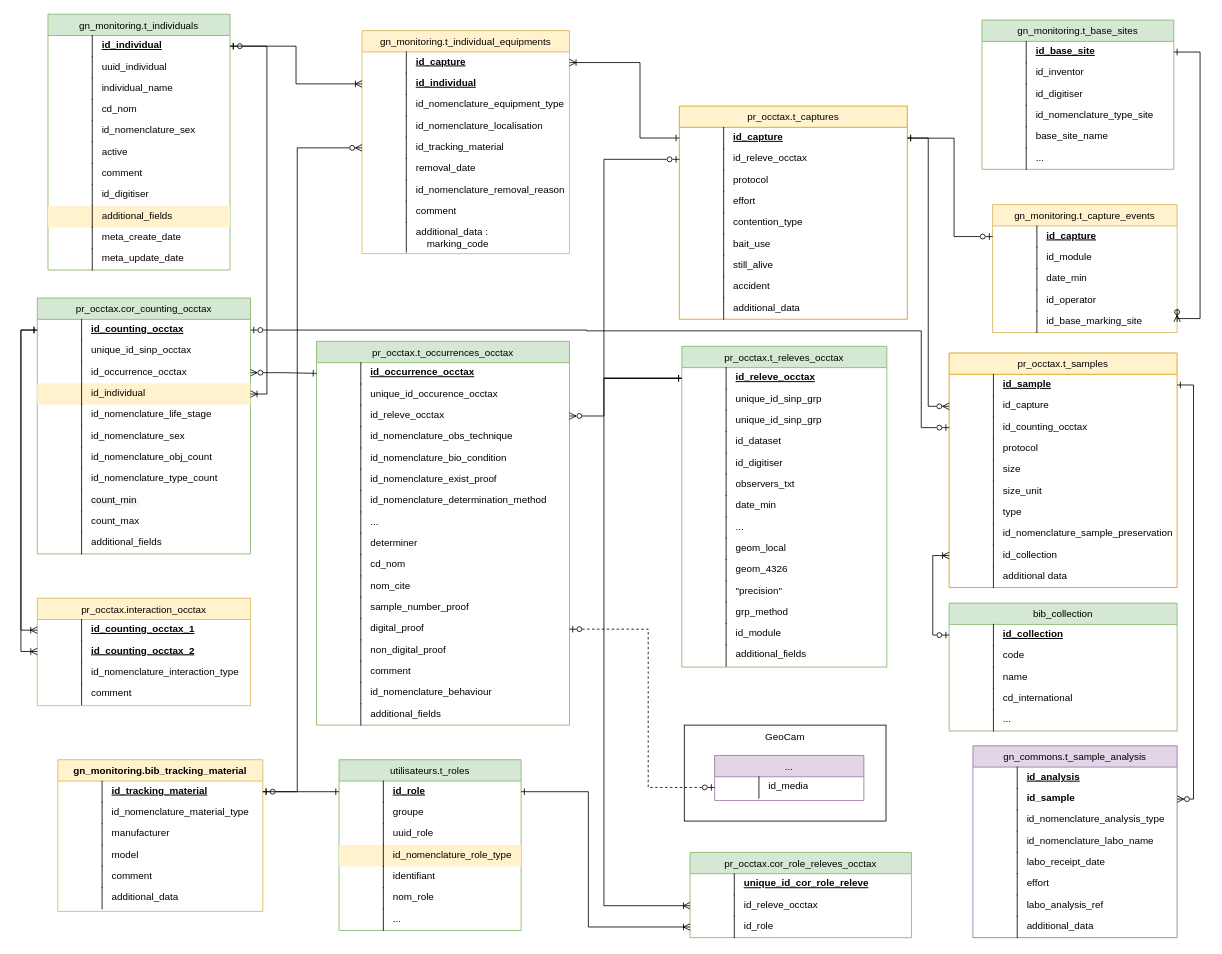
This is cahier-des-charges/MCD/V4-gn/gestion-individus_v4-2.drawio from PnVanoise/gestion-individus, a draw.io file, before an edit. Source tidied: cells renumbered, new cells numbered last; positions are measured from the earlier drawing's top-left corner, leaving out a move shared by most shapes. Both pictures are drawn from the tidied source at 82%, with x=0, y=0 at pixel (37, 14).
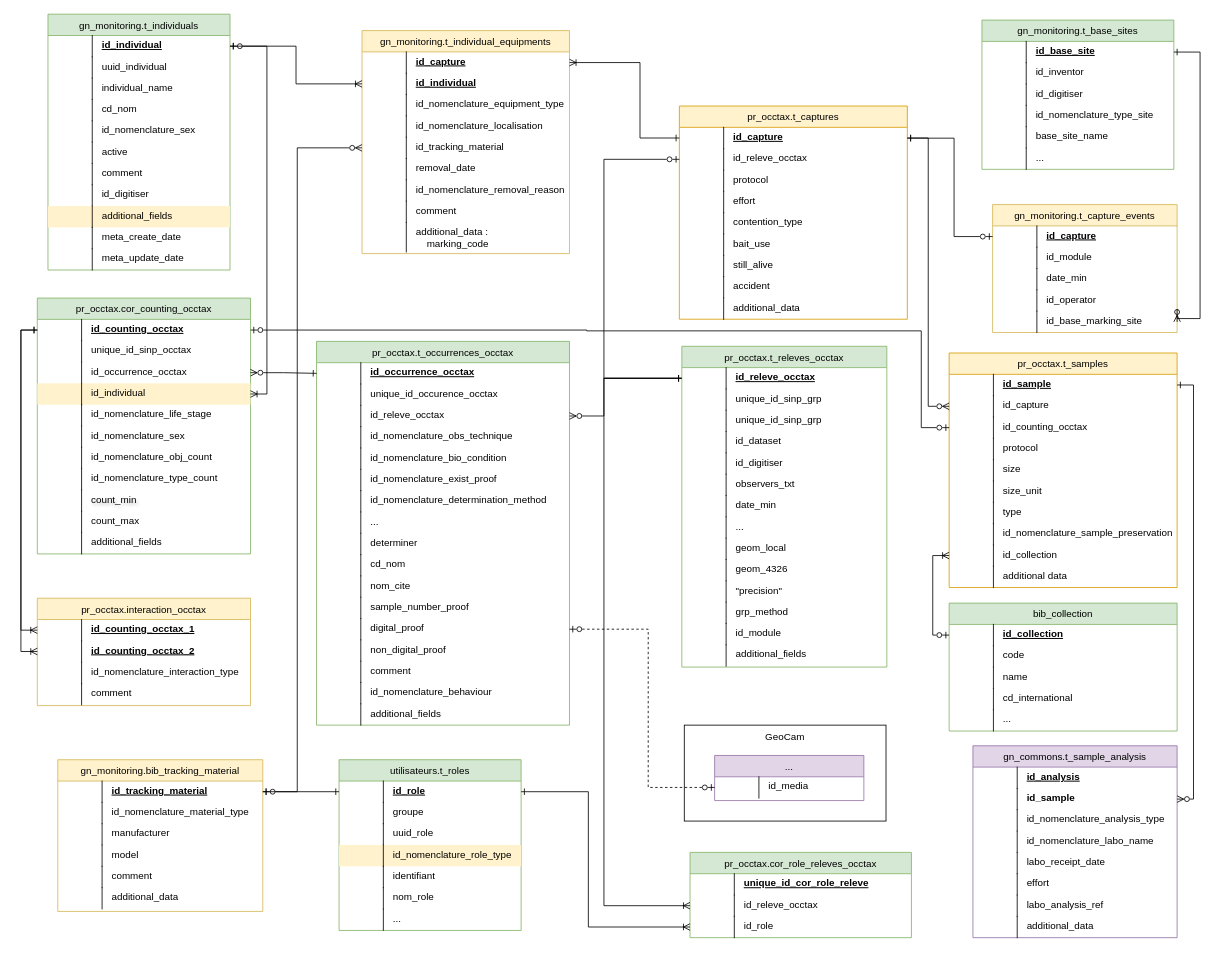
The same diagram, later.

Commit message:
Mettre à jour gestion-individus_v4-2.drawio

Change to the diagram source:
```diff
@@
-    <mxCell id="199" value="gn_monitoring.bib_tracking_material" style="swimlane;fontStyle=1;horizontal=1;startSize=26;fillColor=#fff2cc;swimlaneFillColor=default;align=center;strokeColor=#d6b656;" parent="1" vertex="1">
+    <mxCell id="199" value="gn_monitoring.bib_tracking_material" style="swimlane;fontStyle=0;horizontal=1;startSize=26;fillColor=#fff2cc;swimlaneFillColor=default;align=center;strokeColor=#d6b656;" parent="1" vertex="1">
       <mxGeometry x="25" y="909" width="250" height="185" as="geometry" />
     </mxCell>
```
